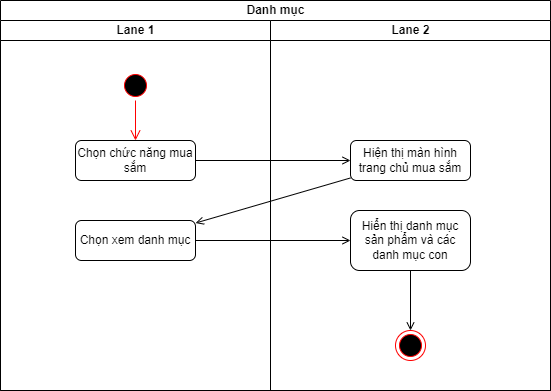
The draw.io diagram activity diagram/Mua sắm-Danh mục.drawio.png in kienndhn/draw-io, before a commit. Source tidied: cells renumbered, new cells last; positions are measured from the earlier drawing's top-left corner, leaving out a move shared by most shapes.
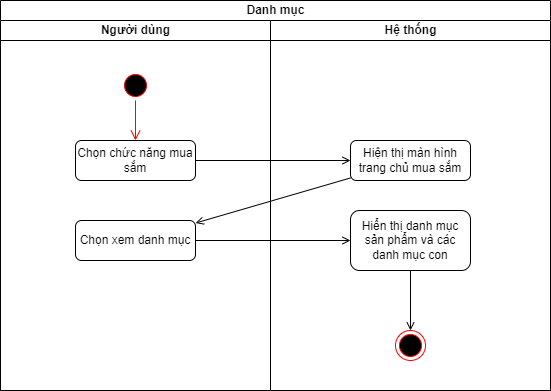
The same diagram one commit later.

Diff of the diagram source:
```diff
@@ -5,7 +5,7 @@
     <mxCell id="2" value="Danh mục" style="swimlane;startSize=20;html=1;" parent="1" vertex="1">
       <mxGeometry width="550" height="390" as="geometry" />
     </mxCell>
-    <mxCell id="3" value="Lane 1" style="swimlane;startSize=20;html=1;" parent="2" vertex="1">
+    <mxCell id="3" value="Người dùng" style="swimlane;startSize=20;html=1;" parent="2" vertex="1">
       <mxGeometry y="20" width="270" height="370" as="geometry" />
     </mxCell>
     <mxCell id="4" style="ellipse;html=1;shape=startState;fillColor=#000000;strokeColor=#ff0000;" parent="3" vertex="1">
@@ -29,7 +29,7 @@
     <mxCell id="10" style="edgeStyle=none;rounded=0;jettySize=auto;html=1;endArrow=open;endFill=0;" parent="2" edge="1" source="7" target="14">
       <mxGeometry relative="1" as="geometry" />
     </mxCell>
-    <mxCell id="11" value="Lane 2" style="swimlane;startSize=20;html=1;" parent="2" vertex="1">
+    <mxCell id="11" value="Hệ thống" style="swimlane;startSize=20;html=1;" parent="2" vertex="1">
       <mxGeometry x="270" y="20" width="280" height="370" as="geometry" />
     </mxCell>
     <mxCell id="12" value="Hiện thị màn hình trang chủ mua sắm" style="rounded=1;whiteSpace=wrap;html=1;" parent="11" vertex="1">
```
